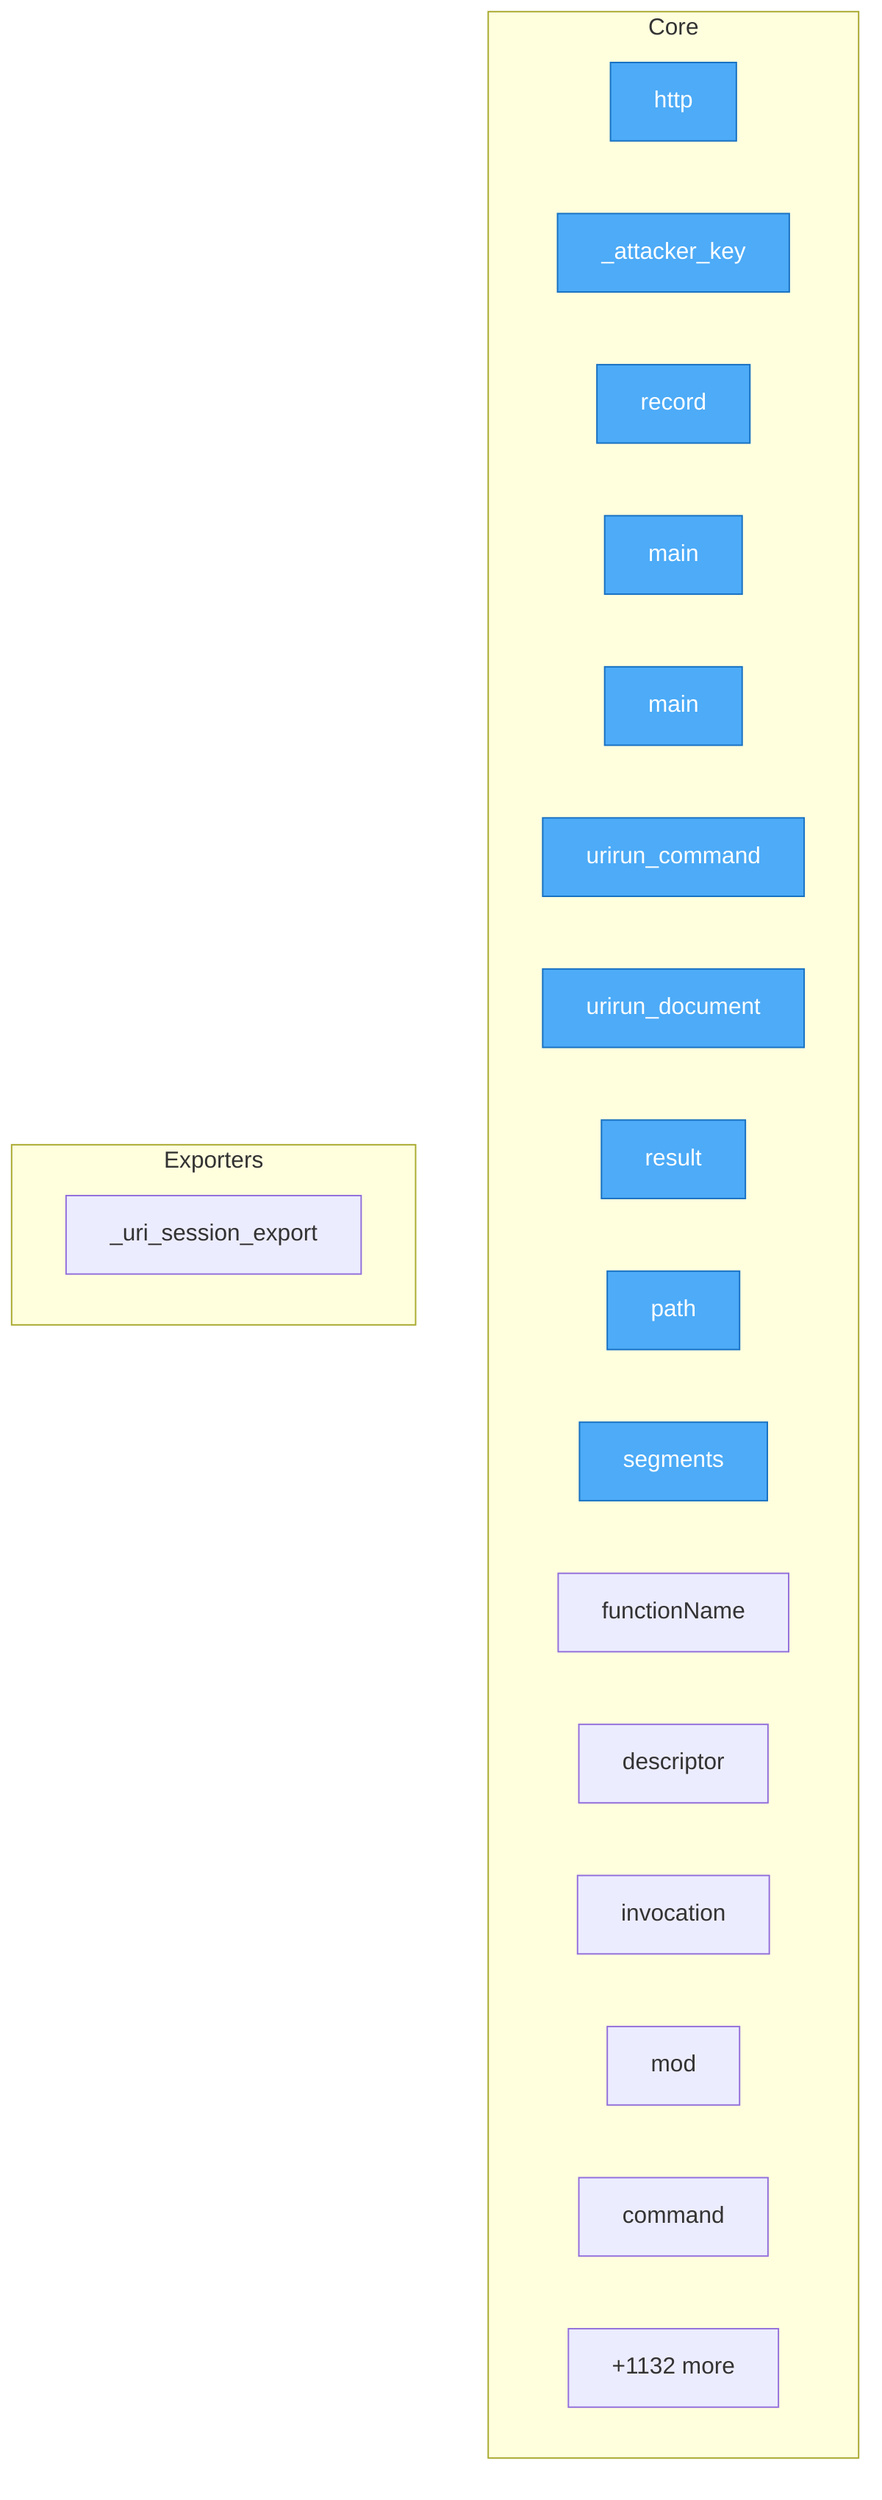
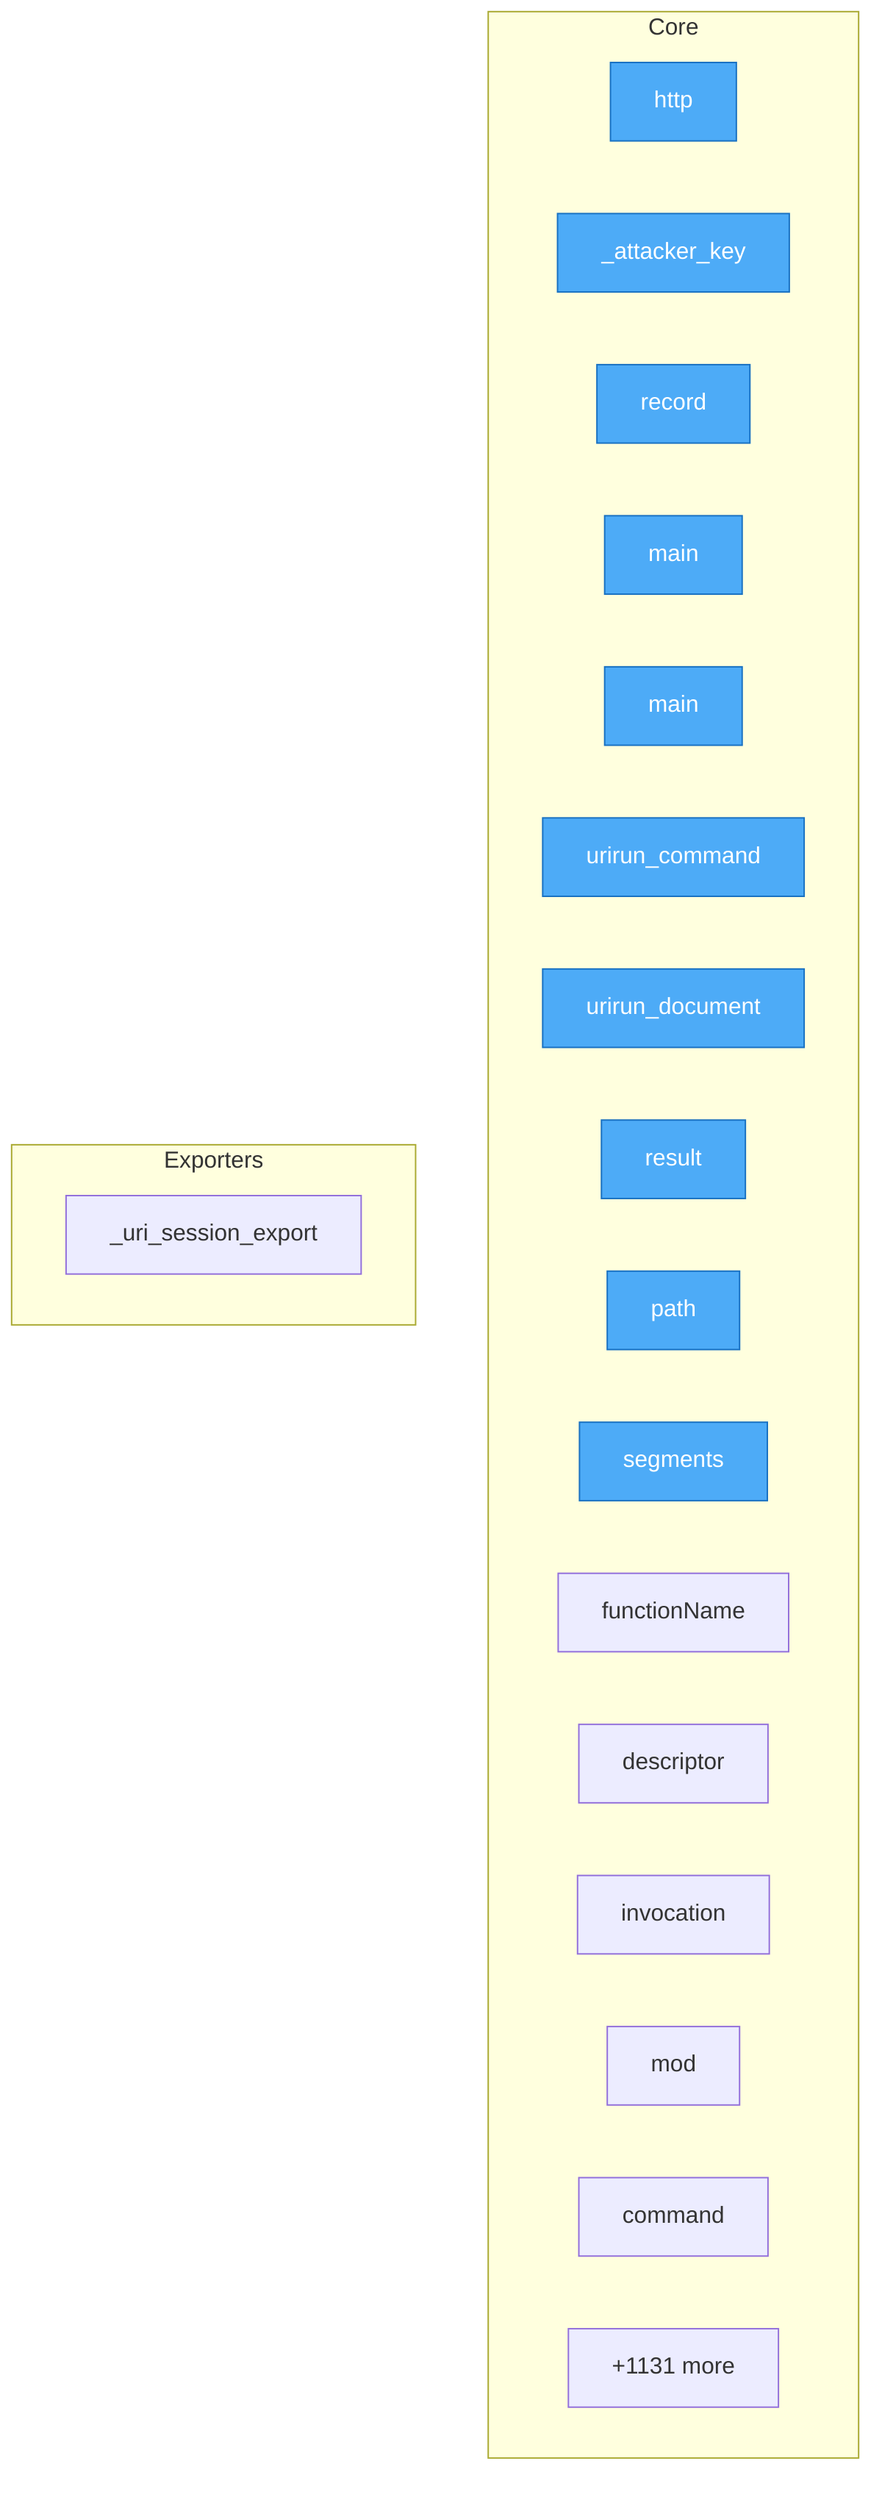
flowchart TD
- %% generated in 0.08s
+ %% generated in 0.06s

    %% Entry points (blue)
    classDef entry fill:#4dabf7,stroke:#1971c2,color:#fff

    subgraph Core
        security__mesh_probe__probe__http["http"]
        security__mesh_probe__probe___attacker_key["_attacker_key"]
        security__mesh_probe__probe__record["record"]
        adapters__conformance__main["main"]
        adapters__new_connector__main["main"]
        adapters__bash__urirun__urirun_command["urirun_command"]
        adapters__bash__urirun__urirun_document["urirun_document"]
        adapters__js__index__test__result["result"]
        adapters__js__path["path"]
        adapters__js__segments["segments"]
        adapters__js__functionName["functionName"]
        adapters__js__descriptor["descriptor"]
        adapters__js__invocation["invocation"]
        adapters__js__mod["mod"]
        adapters__java__Urirun__Urirun__command["command"]
-         ...["+1132 more"]
+         ...["+1131 more"]
    end

    subgraph Exporters
        adapters__python__urirun__node__skill___uri_session_export["_uri_session_export"]
    end

    class security__mesh_probe__probe__http,security__mesh_probe__probe___attacker_key,security__mesh_probe__probe__record,adapters__conformance__main,adapters__new_connector__main,adapters__bash__urirun__urirun_command,adapters__bash__urirun__urirun_document,adapters__js__index__test__result,adapters__js__path,adapters__js__segments entry
